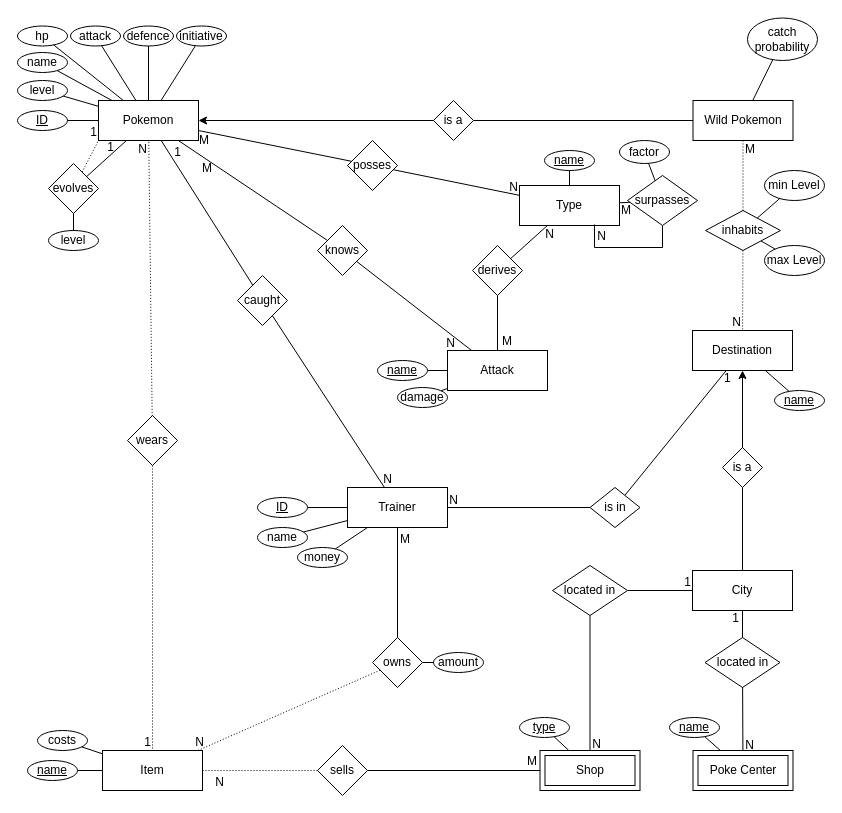
Before: Pokemon Scuffed Gray.drawio in mypictur3esforu/Pokemon-Scuffed-Grey, a draw.io diagram. Source tidied: cells renumbered, new cells numbered last; positions are measured from the earlier drawing's top-left corner, leaving out a move shared by most shapes. Both pictures are drawn from the tidied source at 100%, with x=0, y=0 at pixel (17, 17).
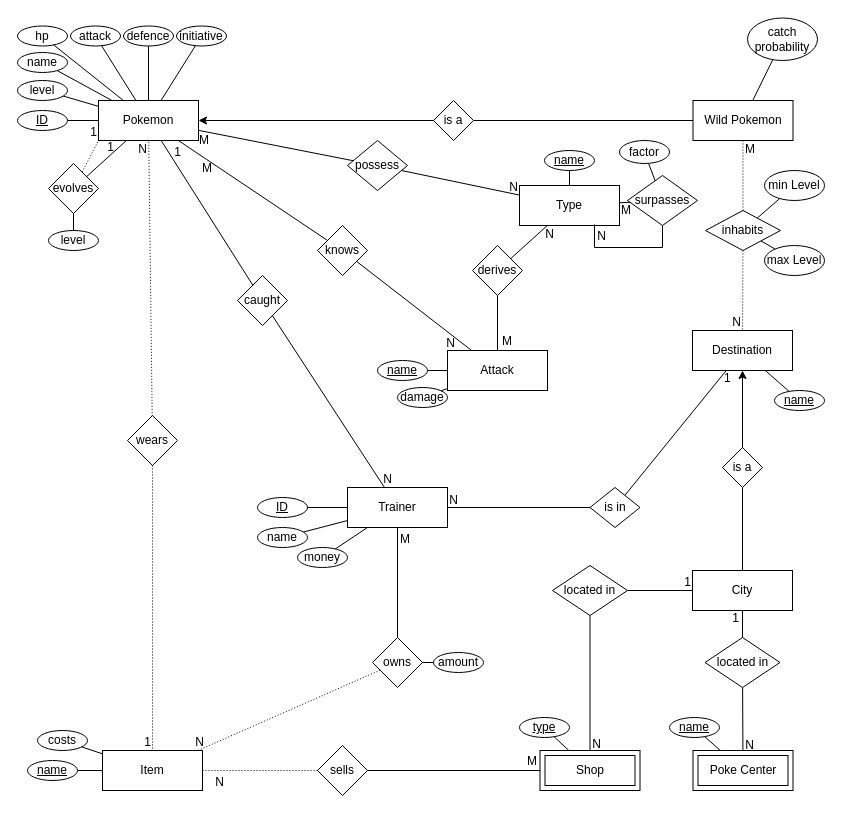
The same page after the edit.

The edit, as a diff of the source:
```diff
@@
-    <mxCell id="57" value="posses" style="shape=rhombus;perimeter=rhombusPerimeter;whiteSpace=wrap;html=1;align=center;" parent="1" vertex="1">
-      <mxGeometry x="330" y="123" width="50" height="50" as="geometry" />
+    <mxCell id="57" value="possess" style="shape=rhombus;perimeter=rhombusPerimeter;whiteSpace=wrap;html=1;align=center;" parent="1" vertex="1">
+      <mxGeometry x="330" y="123" width="60" height="50" as="geometry" />
     </mxCell>
```
